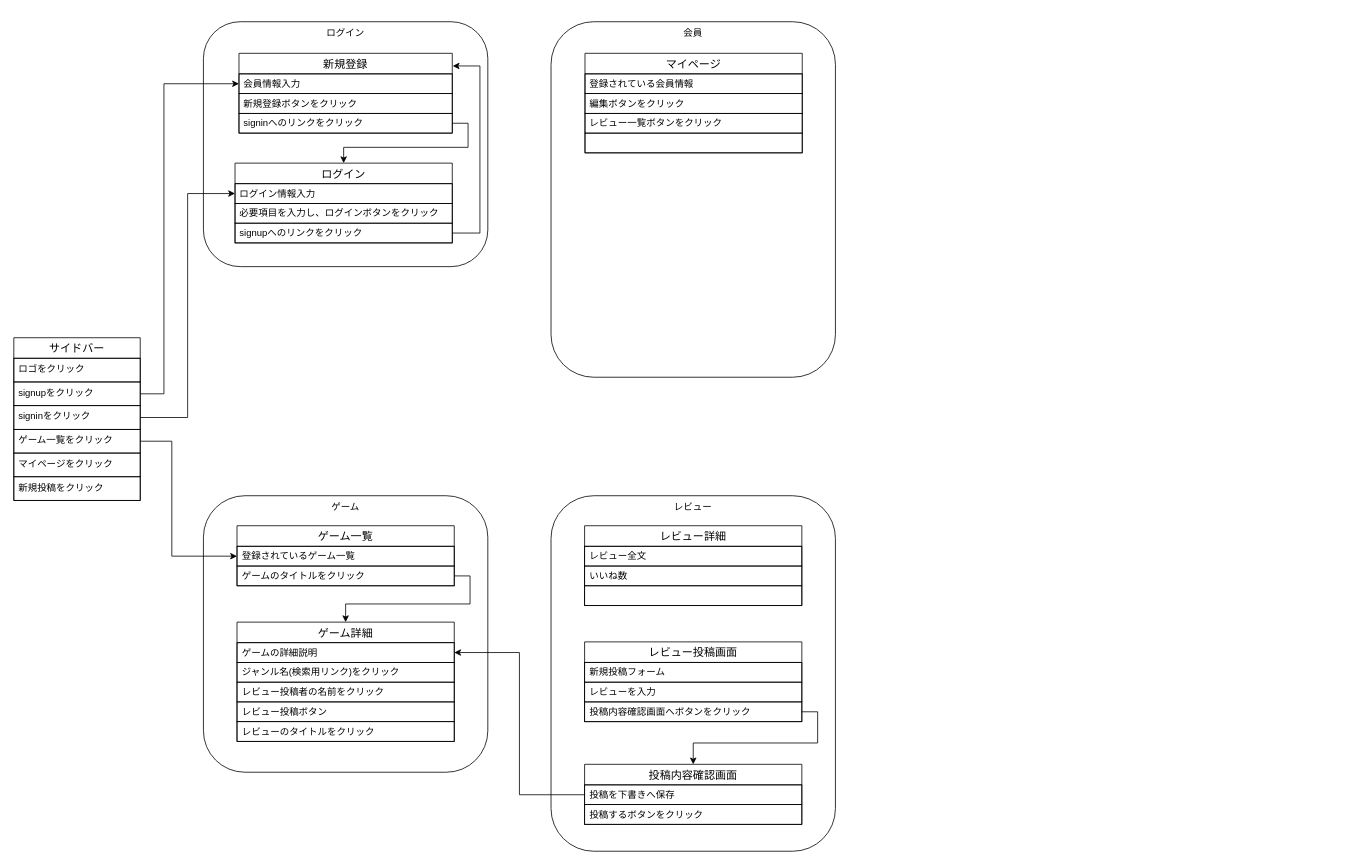
Before: GRG.drawio in kuropAqn/grg, a draw.io diagram. Source tidied: cells renumbered, new cells numbered last; positions are measured from the earlier drawing's top-left corner, leaving out a move shared by most shapes. Both pictures are drawn from the tidied source at 79%, with x=0, y=0 at pixel (13, 21).
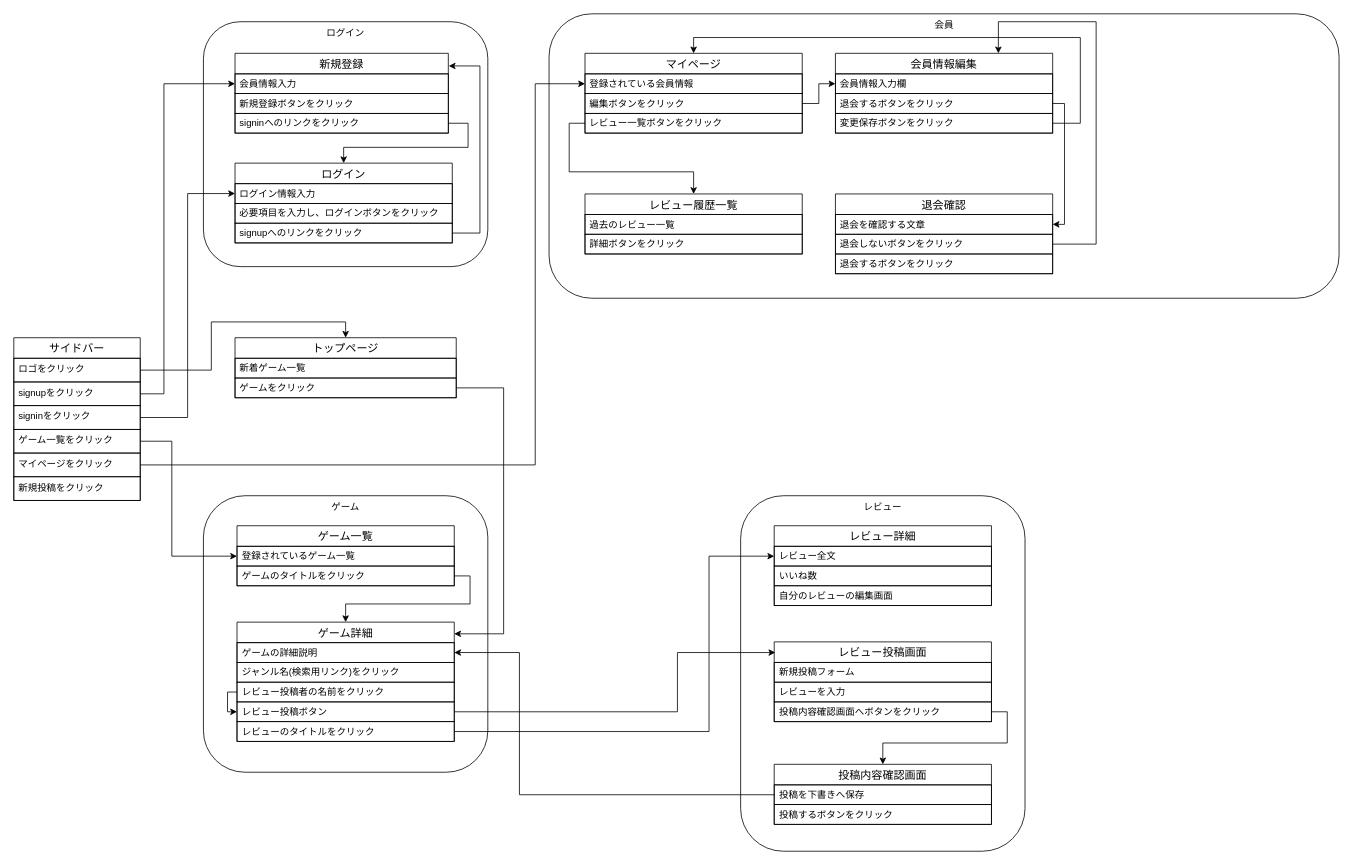
Above is the later version.

Commit message:
GRG.drawio を更新します

Unchanged cells that the change refers to:
```xml
<mxCell id="3" value="ロゴをクリック" style="text;strokeColor=default;fillColor=none;spacingLeft=4;spacingRight=4;overflow=hidden;points=[[0,0.5],[1,0.5]];portConstraint=eastwest;fontSize=12;whiteSpace=wrap;html=1;" parent="2" vertex="1">
  <mxGeometry y="26" width="160" height="30" as="geometry" />
</mxCell>
<mxCell id="7" value="マイページをクリック" style="text;strokeColor=default;fillColor=none;spacingLeft=4;spacingRight=4;overflow=hidden;points=[[0,0.5],[1,0.5]];portConstraint=eastwest;fontSize=12;whiteSpace=wrap;html=1;" parent="2" vertex="1">
  <mxGeometry y="146" width="160" height="30" as="geometry" />
</mxCell>
<mxCell id="13" value="signinへのリンクをクリック" style="text;strokeColor=default;fillColor=none;spacingLeft=4;spacingRight=4;overflow=hidden;points=[[0,0.5],[1,0.5]];portConstraint=eastwest;fontSize=12;whiteSpace=wrap;html=1;verticalAlign=middle;align=left;" parent="10" vertex="1">
  <mxGeometry y="76" width="270" height="25" as="geometry" />
</mxCell>
<mxCell id="14" value="ログイン" style="swimlane;fontStyle=0;horizontal=1;startSize=26;align=center;fontSize=14;" parent="1" vertex="1">
  <mxGeometry x="280" y="179" width="275" height="101" as="geometry" />
</mxCell>
<mxCell id="31" value="ゲーム詳細" style="swimlane;fontStyle=0;horizontal=1;startSize=26;align=center;fontSize=14;" parent="1" vertex="1">
  <mxGeometry x="282.5" y="760" width="275" height="151" as="geometry" />
</mxCell>
<mxCell id="32" value="ゲームの詳細説明" style="text;strokeColor=default;fillColor=none;spacingLeft=4;spacingRight=4;overflow=hidden;points=[[0,0.5],[1,0.5]];portConstraint=eastwest;fontSize=12;whiteSpace=wrap;html=1;verticalAlign=middle;align=left;" parent="31" vertex="1">
  <mxGeometry y="26" width="275" height="25" as="geometry" />
</mxCell>
<mxCell id="34" value="レビュー投稿者の名前をクリック" style="text;strokeColor=default;fillColor=none;spacingLeft=4;spacingRight=4;overflow=hidden;points=[[0,0.5],[1,0.5]];portConstraint=eastwest;fontSize=12;whiteSpace=wrap;html=1;verticalAlign=middle;align=left;" parent="31" vertex="1">
  <mxGeometry y="76" width="275" height="25" as="geometry" />
</mxCell>
<mxCell id="35" value="レビュー投稿ボタン" style="text;strokeColor=default;fillColor=none;spacingLeft=4;spacingRight=4;overflow=hidden;points=[[0,0.5],[1,0.5]];portConstraint=eastwest;fontSize=12;whiteSpace=wrap;html=1;verticalAlign=middle;align=left;" parent="31" vertex="1">
  <mxGeometry y="101" width="275" height="25" as="geometry" />
</mxCell>
<mxCell id="36" value="レビューのタイトルをクリック" style="text;strokeColor=default;fillColor=none;spacingLeft=4;spacingRight=4;overflow=hidden;points=[[0,0.5],[1,0.5]];portConstraint=eastwest;fontSize=12;whiteSpace=wrap;html=1;verticalAlign=middle;align=left;" parent="31" vertex="1">
  <mxGeometry y="126" width="275" height="25" as="geometry" />
</mxCell>
<mxCell id="39" value="投稿を下書きへ保存" style="text;strokeColor=default;fillColor=none;spacingLeft=4;spacingRight=4;overflow=hidden;points=[[0,0.5],[1,0.5]];portConstraint=eastwest;fontSize=12;whiteSpace=wrap;html=1;verticalAlign=middle;align=left;" parent="38" vertex="1">
  <mxGeometry y="26" width="275" height="25" as="geometry" />
</mxCell>
<mxCell id="45" value="レビュー全文" style="text;strokeColor=default;fillColor=none;spacingLeft=4;spacingRight=4;overflow=hidden;points=[[0,0.5],[1,0.5]];portConstraint=eastwest;fontSize=12;whiteSpace=wrap;html=1;verticalAlign=middle;align=left;" parent="44" vertex="1">
  <mxGeometry y="26" width="275" height="25" as="geometry" />
</mxCell>
<mxCell id="51" value="登録されている会員情報" style="text;strokeColor=default;fillColor=none;spacingLeft=4;spacingRight=4;overflow=hidden;points=[[0,0.5],[1,0.5]];portConstraint=eastwest;fontSize=12;whiteSpace=wrap;html=1;verticalAlign=middle;align=left;" parent="50" vertex="1">
  <mxGeometry y="26" width="275" height="25" as="geometry" />
</mxCell>
<mxCell id="52" value="編集ボタンをクリック" style="text;strokeColor=default;fillColor=none;spacingLeft=4;spacingRight=4;overflow=hidden;points=[[0,0.5],[1,0.5]];portConstraint=eastwest;fontSize=12;whiteSpace=wrap;html=1;verticalAlign=middle;align=left;" parent="50" vertex="1">
  <mxGeometry y="51" width="275" height="25" as="geometry" />
</mxCell>
<mxCell id="53" value="レビュー一覧ボタンをクリック" style="text;strokeColor=default;fillColor=none;spacingLeft=4;spacingRight=4;overflow=hidden;points=[[0,0.5],[1,0.5]];portConstraint=eastwest;fontSize=12;whiteSpace=wrap;html=1;verticalAlign=middle;align=left;" parent="50" vertex="1">
  <mxGeometry y="76" width="275" height="25" as="geometry" />
</mxCell>
```

The edit, as a diff of the source:
```diff
@@
     <mxCell id="10" value="新規登録" style="swimlane;fontStyle=0;horizontal=1;startSize=26;align=center;fontSize=14;" parent="1" vertex="1">
-      <mxGeometry x="285" y="40" width="270" height="101" as="geometry" />
+      <mxGeometry x="280" y="40" width="270" height="101" as="geometry" />
     </mxCell>
@@
     <mxCell id="20" style="edgeStyle=orthogonalEdgeStyle;rounded=0;jettySize=auto;html=1;exitX=1;exitY=0.5;exitDx=0;exitDy=0;entryX=0.5;entryY=0;entryDx=0;entryDy=0;" parent="1" edge="1" source="13" target="14">
       <mxGeometry relative="1" as="geometry">
         <Array as="points">
-          <mxPoint x="575" y="128" />
+          <mxPoint x="575" y="129" />
           <mxPoint x="575" y="159" />
-          <mxPoint x="417" y="159" />
+          <mxPoint x="418" y="159" />
         </Array>
       </mxGeometry>
     </mxCell>
@@
     <mxCell id="22" value="レビュー" style="rounded=1;whiteSpace=wrap;html=1;verticalAlign=top;" parent="1" vertex="1">
-      <mxGeometry x="680" y="600" width="360" height="450" as="geometry" />
+      <mxGeometry x="920" y="600" width="360" height="450" as="geometry" />
     </mxCell>
     <mxCell id="23" value="レビュー投稿画面" style="swimlane;fontStyle=0;horizontal=1;startSize=26;align=center;fontSize=14;" parent="1" vertex="1">
-      <mxGeometry x="722.5" y="785" width="275" height="101" as="geometry" />
+      <mxGeometry x="962.5" y="785" width="275" height="101" as="geometry" />
     </mxCell>
@@
+    <mxCell id="55" style="edgeStyle=orthogonalEdgeStyle;rounded=0;jettySize=auto;html=1;exitX=0;exitY=0.5;exitDx=0;exitDy=0;entryX=0;entryY=0.5;entryDx=0;entryDy=0;" parent="31" edge="1" source="34" target="35">
+      <mxGeometry relative="1" as="geometry">
+        <Array as="points">
+          <mxPoint x="-12" y="89" />
+          <mxPoint x="-12" y="114" />
+        </Array>
+      </mxGeometry>
+    </mxCell>
@@
     <mxCell id="38" value="投稿内容確認画面" style="swimlane;fontStyle=0;horizontal=1;startSize=26;align=center;fontSize=14;" parent="1" vertex="1">
-      <mxGeometry x="722.5" y="940" width="275" height="76" as="geometry" />
+      <mxGeometry x="962.5" y="940" width="275" height="76" as="geometry" />
     </mxCell>
@@
     <mxCell id="43" style="edgeStyle=orthogonalEdgeStyle;rounded=0;jettySize=auto;html=1;exitX=0;exitY=0.5;exitDx=0;exitDy=0;entryX=1;entryY=0.5;entryDx=0;entryDy=0;" parent="1" edge="1" source="39" target="32">
-      <mxGeometry relative="1" as="geometry" />
+      <mxGeometry relative="1" as="geometry">
+        <Array as="points">
+          <mxPoint x="640" y="979" />
+          <mxPoint x="640" y="799" />
+        </Array>
+      </mxGeometry>
     </mxCell>
     <mxCell id="44" value="レビュー詳細" style="swimlane;fontStyle=0;horizontal=1;startSize=26;align=center;fontSize=14;" parent="1" vertex="1">
-      <mxGeometry x="722.5" y="638" width="275" height="101" as="geometry" />
+      <mxGeometry x="962.5" y="638" width="275" height="101" as="geometry" />
     </mxCell>
@@
-    <mxCell id="47" style="text;strokeColor=default;fillColor=none;spacingLeft=4;spacingRight=4;overflow=hidden;fontSize=12;whiteSpace=wrap;html=1;verticalAlign=middle;align=left;" parent="44" vertex="1">
+    <mxCell id="47" value="自分のレビューの編集画面" style="text;strokeColor=default;fillColor=none;spacingLeft=4;spacingRight=4;overflow=hidden;fontSize=12;whiteSpace=wrap;html=1;verticalAlign=middle;align=left;" parent="44" vertex="1">
       <mxGeometry y="76" width="275" height="25" as="geometry" />
     </mxCell>
@@
     <mxCell id="49" value="会員" style="rounded=1;whiteSpace=wrap;html=1;verticalAlign=top;" parent="1" vertex="1">
-      <mxGeometry x="680" width="360" height="450" as="geometry" />
+      <mxGeometry x="677.5" y="-10" width="1000" height="360" as="geometry" />
     </mxCell>
     <mxCell id="50" value="マイページ" style="swimlane;fontStyle=0;horizontal=1;startSize=26;align=center;fontSize=14;" parent="1" vertex="1">
-      <mxGeometry x="723" y="40" width="275" height="126" as="geometry" />
+      <mxGeometry x="723" y="40" width="275" height="101" as="geometry" />
     </mxCell>
@@
-    <mxCell id="54" style="text;strokeColor=default;fillColor=none;spacingLeft=4;spacingRight=4;overflow=hidden;fontSize=12;whiteSpace=wrap;html=1;verticalAlign=middle;align=left;" parent="50" vertex="1">
-      <mxGeometry y="101" width="275" height="25" as="geometry" />
-    </mxCell>
+    <mxCell id="56" value="会員情報編集" style="swimlane;fontStyle=0;horizontal=1;startSize=26;align=center;fontSize=14;" parent="1" vertex="1">
+      <mxGeometry x="1040" y="40" width="275" height="101" as="geometry" />
+    </mxCell>
+    <mxCell id="57" value="会員情報入力欄" style="text;strokeColor=default;fillColor=none;spacingLeft=4;spacingRight=4;overflow=hidden;points=[[0,0.5],[1,0.5]];portConstraint=eastwest;fontSize=12;whiteSpace=wrap;html=1;verticalAlign=middle;align=left;" parent="56" vertex="1">
+      <mxGeometry y="26" width="275" height="25" as="geometry" />
+    </mxCell>
+    <mxCell id="58" value="退会するボタンをクリック" style="text;strokeColor=default;fillColor=none;spacingLeft=4;spacingRight=4;overflow=hidden;points=[[0,0.5],[1,0.5]];portConstraint=eastwest;fontSize=12;whiteSpace=wrap;html=1;verticalAlign=middle;align=left;" parent="56" vertex="1">
+      <mxGeometry y="51" width="275" height="25" as="geometry" />
+    </mxCell>
+    <mxCell id="59" value="変更保存ボタンをクリック" style="text;strokeColor=default;fillColor=none;spacingLeft=4;spacingRight=4;overflow=hidden;points=[[0,0.5],[1,0.5]];portConstraint=eastwest;fontSize=12;whiteSpace=wrap;html=1;verticalAlign=middle;align=left;" parent="56" vertex="1">
+      <mxGeometry y="76" width="275" height="25" as="geometry" />
+    </mxCell>
+    <mxCell id="60" value="レビュー履歴一覧" style="swimlane;fontStyle=0;horizontal=1;startSize=26;align=center;fontSize=14;" parent="1" vertex="1">
+      <mxGeometry x="723" y="218" width="275" height="76" as="geometry" />
+    </mxCell>
+    <mxCell id="61" value="過去のレビュー一覧" style="text;strokeColor=default;fillColor=none;spacingLeft=4;spacingRight=4;overflow=hidden;fontSize=12;whiteSpace=wrap;html=1;verticalAlign=middle;align=left;" parent="60" vertex="1">
+      <mxGeometry y="26" width="275" height="25" as="geometry" />
+    </mxCell>
+    <mxCell id="62" value="詳細ボタンをクリック" style="text;strokeColor=default;fillColor=none;spacingLeft=4;spacingRight=4;overflow=hidden;fontSize=12;whiteSpace=wrap;html=1;verticalAlign=middle;align=left;" parent="60" vertex="1">
+      <mxGeometry y="51" width="275" height="25" as="geometry" />
+    </mxCell>
+    <mxCell id="63" value="トップページ" style="swimlane;fontStyle=0;horizontal=1;startSize=26;align=center;fontSize=14;" parent="1" vertex="1">
+      <mxGeometry x="280" y="400" width="280" height="76" as="geometry" />
+    </mxCell>
+    <mxCell id="64" value="新着ゲーム一覧" style="text;strokeColor=default;fillColor=none;spacingLeft=4;spacingRight=4;overflow=hidden;fontSize=12;whiteSpace=wrap;html=1;verticalAlign=middle;align=left;" parent="63" vertex="1">
+      <mxGeometry y="26" width="280" height="25" as="geometry" />
+    </mxCell>
+    <mxCell id="65" value="ゲームをクリック" style="text;strokeColor=default;fillColor=none;spacingLeft=4;spacingRight=4;overflow=hidden;points=[[0,0.5],[1,0.5]];portConstraint=eastwest;fontSize=12;whiteSpace=wrap;html=1;verticalAlign=middle;align=left;" parent="63" vertex="1">
+      <mxGeometry y="51" width="280" height="25" as="geometry" />
+    </mxCell>
+    <mxCell id="66" style="edgeStyle=orthogonalEdgeStyle;rounded=0;jettySize=auto;html=1;exitX=1;exitY=0.5;exitDx=0;exitDy=0;entryX=1;entryY=0.098;entryDx=0;entryDy=0;entryPerimeter=0;" parent="1" edge="1" source="65" target="31">
+      <mxGeometry relative="1" as="geometry">
+        <Array as="points">
+          <mxPoint x="620" y="464" />
+          <mxPoint x="620" y="775" />
+        </Array>
+      </mxGeometry>
+    </mxCell>
+    <mxCell id="67" style="edgeStyle=orthogonalEdgeStyle;rounded=0;jettySize=auto;html=1;exitX=1;exitY=0.5;exitDx=0;exitDy=0;entryX=0.5;entryY=0;entryDx=0;entryDy=0;" parent="1" edge="1" source="3" target="63">
+      <mxGeometry relative="1" as="geometry">
+        <Array as="points">
+          <mxPoint x="250" y="441" />
+          <mxPoint x="250" y="380" />
+          <mxPoint x="420" y="380" />
+        </Array>
+      </mxGeometry>
+    </mxCell>
+    <mxCell id="68" style="edgeStyle=orthogonalEdgeStyle;rounded=0;jettySize=auto;html=1;exitX=1;exitY=0.5;exitDx=0;exitDy=0;entryX=0.005;entryY=0.134;entryDx=0;entryDy=0;entryPerimeter=0;" parent="1" edge="1" source="35" target="23">
+      <mxGeometry relative="1" as="geometry">
+        <Array as="points">
+          <mxPoint x="840" y="874" />
+          <mxPoint x="840" y="799" />
+        </Array>
+      </mxGeometry>
+    </mxCell>
+    <mxCell id="69" style="edgeStyle=orthogonalEdgeStyle;rounded=0;jettySize=auto;html=1;exitX=1;exitY=0.5;exitDx=0;exitDy=0;entryX=0;entryY=0.5;entryDx=0;entryDy=0;" parent="1" edge="1" source="36" target="45">
+      <mxGeometry relative="1" as="geometry">
+        <Array as="points">
+          <mxPoint x="880" y="899" />
+          <mxPoint x="880" y="677" />
+        </Array>
+      </mxGeometry>
+    </mxCell>
+    <mxCell id="70" style="edgeStyle=orthogonalEdgeStyle;rounded=0;jettySize=auto;html=1;exitX=1;exitY=0.5;exitDx=0;exitDy=0;entryX=0;entryY=0.5;entryDx=0;entryDy=0;" parent="1" edge="1" source="7" target="51">
+      <mxGeometry relative="1" as="geometry">
+        <Array as="points">
+          <mxPoint x="660" y="561" />
+          <mxPoint x="660" y="79" />
+        </Array>
+      </mxGeometry>
+    </mxCell>
+    <mxCell id="71" style="edgeStyle=orthogonalEdgeStyle;rounded=0;jettySize=auto;html=1;exitX=1;exitY=0.5;exitDx=0;exitDy=0;entryX=0;entryY=0.5;entryDx=0;entryDy=0;" parent="1" edge="1" source="52" target="57">
+      <mxGeometry relative="1" as="geometry" />
+    </mxCell>
+    <mxCell id="72" value="退会確認" style="swimlane;fontStyle=0;horizontal=1;startSize=26;align=center;fontSize=14;" parent="1" vertex="1">
+      <mxGeometry x="1040" y="218" width="275" height="101" as="geometry" />
+    </mxCell>
+    <mxCell id="73" value="退会を確認する文章" style="text;strokeColor=default;fillColor=none;spacingLeft=4;spacingRight=4;overflow=hidden;points=[[0,0.5],[1,0.5]];portConstraint=eastwest;fontSize=12;whiteSpace=wrap;html=1;verticalAlign=middle;align=left;" parent="72" vertex="1">
+      <mxGeometry y="26" width="275" height="25" as="geometry" />
+    </mxCell>
+    <mxCell id="74" value="退会しないボタンをクリック" style="text;strokeColor=default;fillColor=none;spacingLeft=4;spacingRight=4;overflow=hidden;points=[[0,0.5],[1,0.5]];portConstraint=eastwest;fontSize=12;whiteSpace=wrap;html=1;verticalAlign=middle;align=left;" parent="72" vertex="1">
+      <mxGeometry y="51" width="275" height="25" as="geometry" />
+    </mxCell>
+    <mxCell id="75" value="退会するボタンをクリック" style="text;strokeColor=default;fillColor=none;spacingLeft=4;spacingRight=4;overflow=hidden;fontSize=12;whiteSpace=wrap;html=1;verticalAlign=middle;align=left;" parent="72" vertex="1">
+      <mxGeometry y="76" width="275" height="25" as="geometry" />
+    </mxCell>
+    <mxCell id="76" style="edgeStyle=orthogonalEdgeStyle;rounded=0;jettySize=auto;html=1;exitX=0;exitY=0.5;exitDx=0;exitDy=0;entryX=0.5;entryY=0;entryDx=0;entryDy=0;" parent="1" edge="1" source="53" target="60">
+      <mxGeometry relative="1" as="geometry">
+        <Array as="points">
+          <mxPoint x="703" y="129" />
+          <mxPoint x="703" y="190" />
+          <mxPoint x="861" y="190" />
+        </Array>
+      </mxGeometry>
+    </mxCell>
+    <mxCell id="77" style="edgeStyle=orthogonalEdgeStyle;rounded=0;jettySize=auto;html=1;exitX=1;exitY=0.5;exitDx=0;exitDy=0;entryX=0.75;entryY=0;entryDx=0;entryDy=0;" parent="1" edge="1" source="74" target="56">
+      <mxGeometry relative="1" as="geometry">
+        <Array as="points">
+          <mxPoint x="1370" y="282" />
+          <mxPoint x="1370" />
+          <mxPoint x="1246" />
+        </Array>
+      </mxGeometry>
+    </mxCell>
+    <mxCell id="78" style="edgeStyle=orthogonalEdgeStyle;rounded=0;jettySize=auto;html=1;exitX=1;exitY=0.5;exitDx=0;exitDy=0;entryX=1;entryY=0.5;entryDx=0;entryDy=0;" parent="1" edge="1" source="58" target="73">
+      <mxGeometry relative="1" as="geometry">
+        <Array as="points">
+          <mxPoint x="1330" y="104" />
+          <mxPoint x="1330" y="257" />
+        </Array>
+      </mxGeometry>
+    </mxCell>
+    <mxCell id="79" style="edgeStyle=orthogonalEdgeStyle;rounded=0;jettySize=auto;html=1;exitX=1;exitY=0.5;exitDx=0;exitDy=0;entryX=0.5;entryY=0;entryDx=0;entryDy=0;" parent="1" edge="1" source="59" target="50">
+      <mxGeometry relative="1" as="geometry">
+        <Array as="points">
+          <mxPoint x="1350" y="129" />
+          <mxPoint x="1350" y="20" />
+          <mxPoint x="861" y="20" />
+        </Array>
+      </mxGeometry>
+    </mxCell>
```
